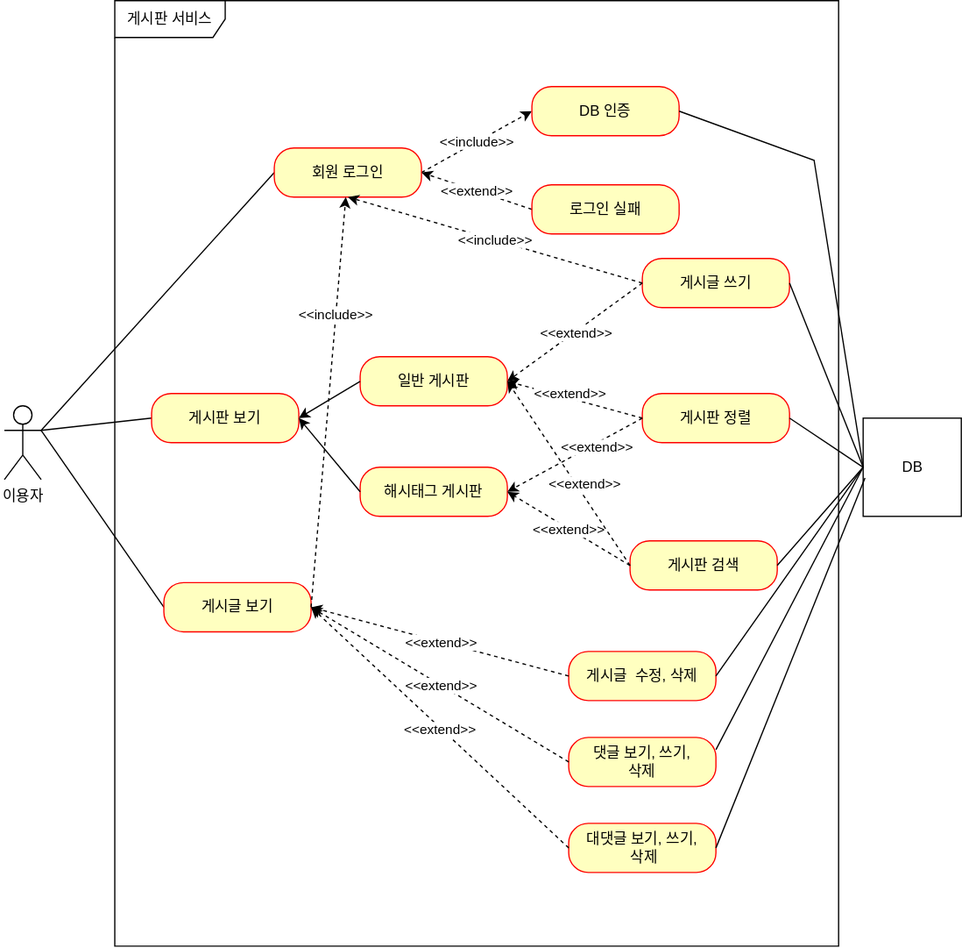
Above: document/use-case.svg in astrataraxia/fastcampus-project-board (draw.io), before the change. Source tidied: cells renumbered, new cells last; positions are measured from the earlier drawing's top-left corner, leaving out a move shared by most shapes.
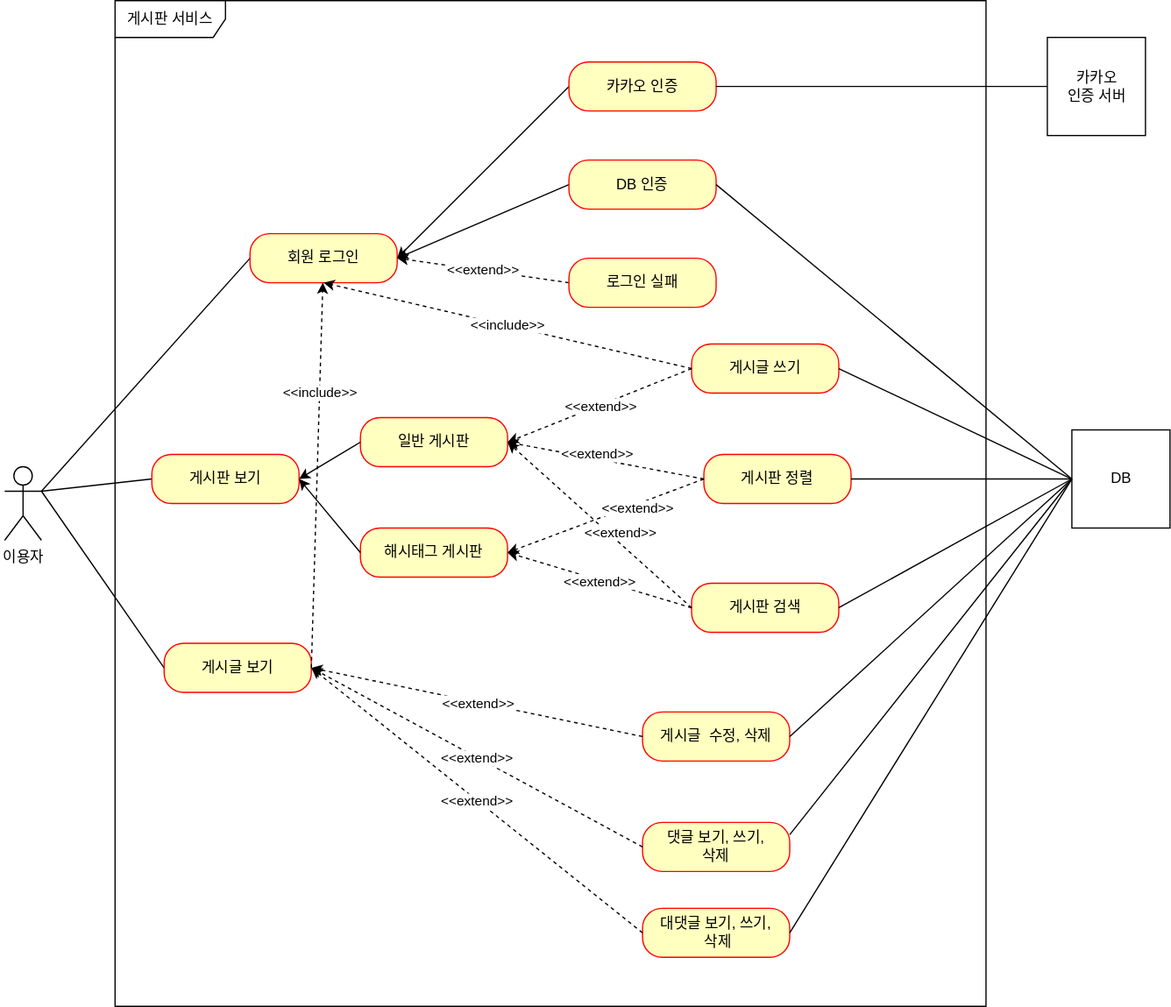
After the commit.

Commit message:
#51-use-case 카카오 인증 유즈케이스 추가

Change to the diagram source:
```diff
@@ -15,7 +15,7 @@
       <mxGeometry y="330" width="30" height="60" as="geometry" />
     </mxCell>
     <mxCell id="6" value="게시판 서비스" style="shape=umlFrame;whiteSpace=wrap;html=1;width=90;height=30;" parent="1" vertex="1">
-      <mxGeometry x="90" width="590" height="770" as="geometry" />
+      <mxGeometry x="90" y="-50" width="710" height="820" as="geometry" />
     </mxCell>
     <mxCell id="7" value="게시판 보기" style="rounded=1;whiteSpace=wrap;html=1;arcSize=40;fontColor=#000000;fillColor=#ffffc0;strokeColor=#ff0000;" parent="1" vertex="1">
       <mxGeometry x="120" y="320" width="120" height="40" as="geometry" />
@@ -23,41 +23,41 @@
     <mxCell id="8" value="게시글 보기" style="rounded=1;whiteSpace=wrap;html=1;arcSize=40;fontColor=#000000;fillColor=#ffffc0;strokeColor=#ff0000;" parent="1" vertex="1">
       <mxGeometry x="130" y="474" width="120" height="40" as="geometry" />
     </mxCell>
-    <mxCell id="9" value="&amp;lt;&amp;lt;include&amp;gt;&amp;gt;" style="edgeStyle=none;rounded=0;jettySize=auto;html=1;exitX=1;exitY=0.5;exitDx=0;exitDy=0;endArrow=classic;endFill=1;dashed=1;entryX=0;entryY=0.5;entryDx=0;entryDy=0;" parent="1" edge="1" source="10" target="11">
-      <mxGeometry relative="1" as="geometry" />
-    </mxCell>
     <mxCell id="10" value="회원 로그인" style="rounded=1;whiteSpace=wrap;html=1;arcSize=40;fontColor=#000000;fillColor=#ffffc0;strokeColor=#ff0000;" parent="1" vertex="1">
-      <mxGeometry x="220" y="120" width="120" height="40" as="geometry" />
+      <mxGeometry x="200" y="140" width="120" height="40" as="geometry" />
     </mxCell>
+    <mxCell id="42" style="edgeStyle=none;rounded=0;jettySize=auto;html=1;exitX=0;exitY=0.5;exitDx=0;exitDy=0;entryX=1;entryY=0.5;entryDx=0;entryDy=0;endArrow=classic;endFill=1;" parent="1" edge="1" source="11" target="10">
+      <mxGeometry relative="1" as="geometry" />
+    </mxCell>
     <mxCell id="11" value="DB 인증" style="rounded=1;whiteSpace=wrap;html=1;arcSize=40;fontColor=#000000;fillColor=#ffffc0;strokeColor=#ff0000;" parent="1" vertex="1">
-      <mxGeometry x="430" y="70" width="120" height="40" as="geometry" />
+      <mxGeometry x="460" y="80" width="120" height="40" as="geometry" />
     </mxCell>
     <mxCell id="12" value="&amp;lt;&amp;lt;extend&amp;gt;&amp;gt;" style="edgeStyle=none;rounded=0;jettySize=auto;html=1;exitX=0;exitY=0.5;exitDx=0;exitDy=0;entryX=1;entryY=0.5;entryDx=0;entryDy=0;dashed=1;endArrow=classic;endFill=1;" parent="1" edge="1" source="13" target="10">
       <mxGeometry relative="1" as="geometry" />
     </mxCell>
     <mxCell id="13" value="로그인 실패" style="rounded=1;whiteSpace=wrap;html=1;arcSize=40;fontColor=#000000;fillColor=#ffffc0;strokeColor=#ff0000;" parent="1" vertex="1">
-      <mxGeometry x="430" y="150" width="120" height="40" as="geometry" />
+      <mxGeometry x="460" y="160" width="120" height="40" as="geometry" />
     </mxCell>
     <mxCell id="14" value="게시판 정렬" style="rounded=1;whiteSpace=wrap;html=1;arcSize=40;fontColor=#000000;fillColor=#ffffc0;strokeColor=#ff0000;" parent="1" vertex="1">
-      <mxGeometry x="520" y="320" width="120" height="40" as="geometry" />
+      <mxGeometry x="570" y="320" width="120" height="40" as="geometry" />
     </mxCell>
     <mxCell id="15" value="게시판 검색" style="rounded=1;whiteSpace=wrap;html=1;arcSize=40;fontColor=#000000;fillColor=#ffffc0;strokeColor=#ff0000;" parent="1" vertex="1">
-      <mxGeometry x="510" y="440" width="120" height="40" as="geometry" />
+      <mxGeometry x="560" y="425" width="120" height="40" as="geometry" />
     </mxCell>
     <mxCell id="16" value="게시글&amp;nbsp; 수정, 삭제" style="rounded=1;whiteSpace=wrap;html=1;arcSize=40;fontColor=#000000;fillColor=#ffffc0;strokeColor=#ff0000;" parent="1" vertex="1">
-      <mxGeometry x="460" y="530" width="120" height="40" as="geometry" />
+      <mxGeometry x="520" y="530" width="120" height="40" as="geometry" />
     </mxCell>
     <mxCell id="17" value="댓글 보기, 쓰기, &lt;br&gt;삭제" style="rounded=1;whiteSpace=wrap;html=1;arcSize=40;fontColor=#000000;fillColor=#ffffc0;strokeColor=#ff0000;" parent="1" vertex="1">
-      <mxGeometry x="460" y="600" width="120" height="40" as="geometry" />
+      <mxGeometry x="520" y="620" width="120" height="40" as="geometry" />
     </mxCell>
     <mxCell id="18" value="DB" style="html=1;" parent="1" vertex="1">
-      <mxGeometry x="700" y="340" width="80" height="80" as="geometry" />
+      <mxGeometry x="870" y="300" width="80" height="80" as="geometry" />
     </mxCell>
     <mxCell id="19" value="대댓글 보기, 쓰기, &lt;br&gt;&amp;nbsp;삭제" style="rounded=1;whiteSpace=wrap;html=1;arcSize=40;fontColor=#000000;fillColor=#ffffc0;strokeColor=#ff0000;" parent="1" vertex="1">
-      <mxGeometry x="460" y="670" width="120" height="40" as="geometry" />
+      <mxGeometry x="520" y="690" width="120" height="40" as="geometry" />
     </mxCell>
     <mxCell id="20" value="게시글 쓰기" style="rounded=1;whiteSpace=wrap;html=1;arcSize=40;fontColor=#000000;fillColor=#ffffc0;strokeColor=#ff0000;" parent="1" vertex="1">
-      <mxGeometry x="520" y="210" width="120" height="40" as="geometry" />
+      <mxGeometry x="560" y="230" width="120" height="40" as="geometry" />
     </mxCell>
     <mxCell id="21" value="해시태그 게시판" style="rounded=1;whiteSpace=wrap;html=1;arcSize=40;fontColor=#000000;fillColor=#ffffc0;strokeColor=#ff0000;" parent="1" vertex="1">
       <mxGeometry x="290" y="380" width="120" height="40" as="geometry" />
@@ -102,11 +102,7 @@
       <mxGeometry relative="1" as="geometry" />
     </mxCell>
     <mxCell id="35" style="endArrow=none;html=1;rounded=0;entryX=0;entryY=0.5;entryDx=0;entryDy=0;exitX=1;exitY=0.5;exitDx=0;exitDy=0;" parent="1" edge="1" source="11" target="18">
-      <mxGeometry relative="1" as="geometry">
-        <Array as="points">
-          <mxPoint x="660" y="130" />
-        </Array>
-      </mxGeometry>
+      <mxGeometry relative="1" as="geometry" />
     </mxCell>
     <mxCell id="36" style="endArrow=none;html=1;rounded=0;exitX=1;exitY=0.5;exitDx=0;exitDy=0;entryX=0;entryY=0.5;entryDx=0;entryDy=0;" parent="1" edge="1" source="20" target="18">
       <mxGeometry relative="1" as="geometry" />
@@ -123,8 +119,20 @@
     <mxCell id="40" style="endArrow=none;html=1;rounded=0;entryX=1;entryY=0.25;entryDx=0;entryDy=0;exitX=0;exitY=0.5;exitDx=0;exitDy=0;" parent="1" edge="1" source="18" target="17">
       <mxGeometry relative="1" as="geometry" />
     </mxCell>
-    <mxCell id="41" style="endArrow=none;html=1;rounded=0;exitX=1;exitY=0.5;exitDx=0;exitDy=0;entryX=0.019;entryY=0.609;entryDx=0;entryDy=0;entryPerimeter=0;" parent="1" edge="1" source="19" target="18">
+    <mxCell id="41" style="endArrow=none;html=1;rounded=0;exitX=1;exitY=0.5;exitDx=0;exitDy=0;entryX=0;entryY=0.5;entryDx=0;entryDy=0;" parent="1" edge="1" source="19" target="18">
       <mxGeometry relative="1" as="geometry" />
     </mxCell>
+    <mxCell id="43" style="rounded=0;jettySize=auto;html=1;exitX=0;exitY=0.5;exitDx=0;exitDy=0;entryX=1;entryY=0.5;entryDx=0;entryDy=0;endArrow=classic;endFill=1;" parent="1" edge="1" source="44" target="10">
+      <mxGeometry relative="1" as="geometry" />
+    </mxCell>
+    <mxCell id="44" value="카카오 인증" style="rounded=1;whiteSpace=wrap;html=1;arcSize=40;fontColor=#000000;fillColor=#ffffc0;strokeColor=#ff0000;" parent="1" vertex="1">
+      <mxGeometry x="460" width="120" height="40" as="geometry" />
+    </mxCell>
+    <mxCell id="45" style="edgeStyle=orthogonalEdgeStyle;rounded=0;jettySize=auto;html=1;exitX=0;exitY=0.5;exitDx=0;exitDy=0;entryX=1;entryY=0.5;entryDx=0;entryDy=0;endArrow=none;endFill=0;" parent="1" edge="1" source="46" target="44">
+      <mxGeometry relative="1" as="geometry" />
+    </mxCell>
+    <mxCell id="46" value="카카오&lt;br&gt;인증 서버" style="html=1;" parent="1" vertex="1">
+      <mxGeometry x="850" y="-20" width="80" height="80" as="geometry" />
+    </mxCell>
   </root>
 </mxGraphModel>
```
